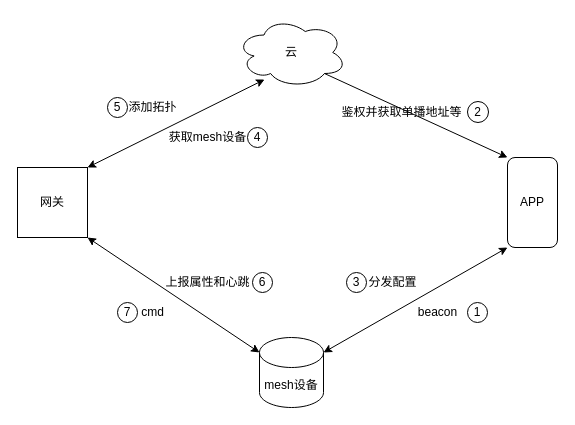
The draw.io diagram page "第 11 页" (11 of 15) of Untitled Diagram.drawio in echo-Github000/Anna, before the edit. Source tidied: cells renumbered, new cells numbered last; positions are measured from the earlier drawing's top-left corner, leaving out a move shared by most shapes. Both pictures are drawn from the tidied source at 100%, with x=0, y=0 at pixel (17, 17).
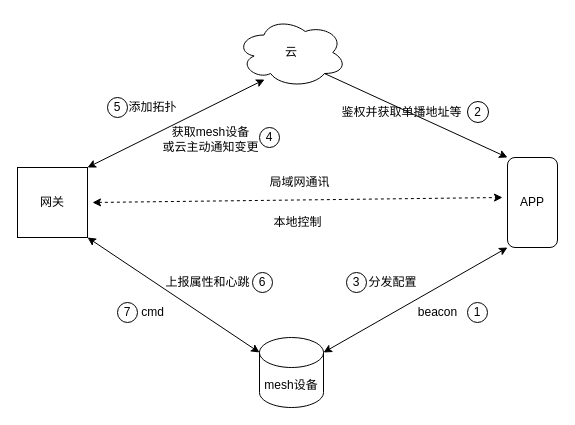
The same page after the edit.

Change to the diagram source:
```diff
@@
-    <mxCell id="12" value="获取mesh设备" style="text;html=1;align=center;verticalAlign=middle;strokeColor=none;fillColor=none;" parent="1" vertex="1">
-      <mxGeometry x="140" y="105" width="100" height="30" as="geometry" />
+    <mxCell id="12" value="获取mesh设备&lt;br&gt;或云主动通知变更" style="text;html=1;align=center;verticalAlign=middle;strokeColor=none;fillColor=none;" parent="1" vertex="1">
+      <mxGeometry x="133" y="102" width="120" height="40" as="geometry" />
     </mxCell>
@@
     <mxCell id="20" value="4" style="ellipse;whiteSpace=wrap;html=1;labelBackgroundColor=#FFFFFF;fontColor=#000000;strokeColor=#000000;" parent="1" vertex="1">
-      <mxGeometry x="230" y="110" width="20" height="20" as="geometry" />
+      <mxGeometry x="242" y="110" width="20" height="20" as="geometry" />
     </mxCell>
@@
+    <mxCell id="24" style="endArrow=classic;startArrow=classic;html=1;rounded=0;dashed=1;exitX=1;exitY=0.5;exitDx=0;exitDy=0;" parent="1" edge="1">
+      <mxGeometry relative="1" as="geometry">
+        <mxPoint x="75" y="185" as="sourcePoint" />
+        <mxPoint x="485" y="180" as="targetPoint" />
+      </mxGeometry>
+    </mxCell>
+    <mxCell id="25" value="局域网通讯" style="text;html=1;align=center;verticalAlign=middle;strokeColor=none;fillColor=none;" parent="1" vertex="1">
+      <mxGeometry x="242" y="150" width="80" height="30" as="geometry" />
+    </mxCell>
+    <mxCell id="26" value="本地控制" style="text;html=1;align=center;verticalAlign=middle;strokeColor=none;fillColor=none;" parent="1" vertex="1">
+      <mxGeometry x="245" y="190" width="70" height="30" as="geometry" />
+    </mxCell>
```
